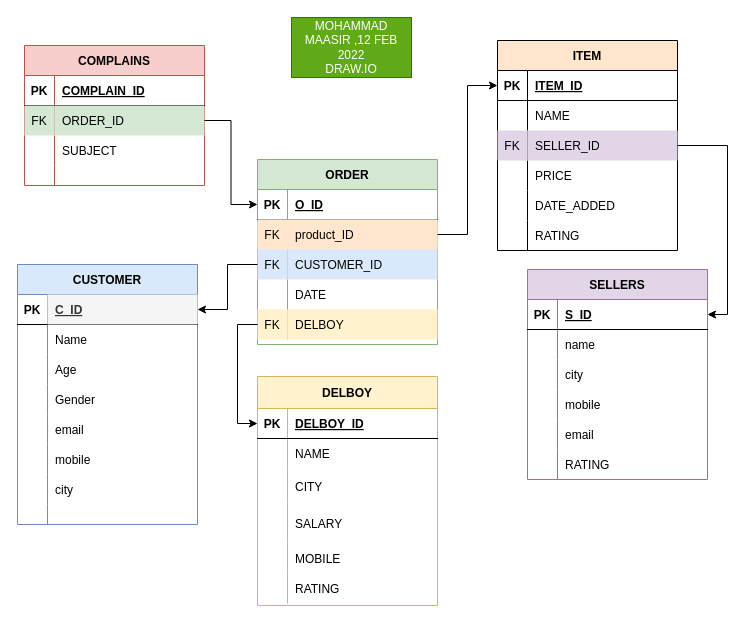
Above: Untitled Diagram.drawio in maasir554/maasir554 (draw.io), before the change. Source tidied: cells renumbered, new cells numbered last; positions are measured from the earlier drawing's top-left corner, leaving out a move shared by most shapes. Both pictures are drawn from the tidied source at 100%, with x=0, y=0 at pixel (17, 17).
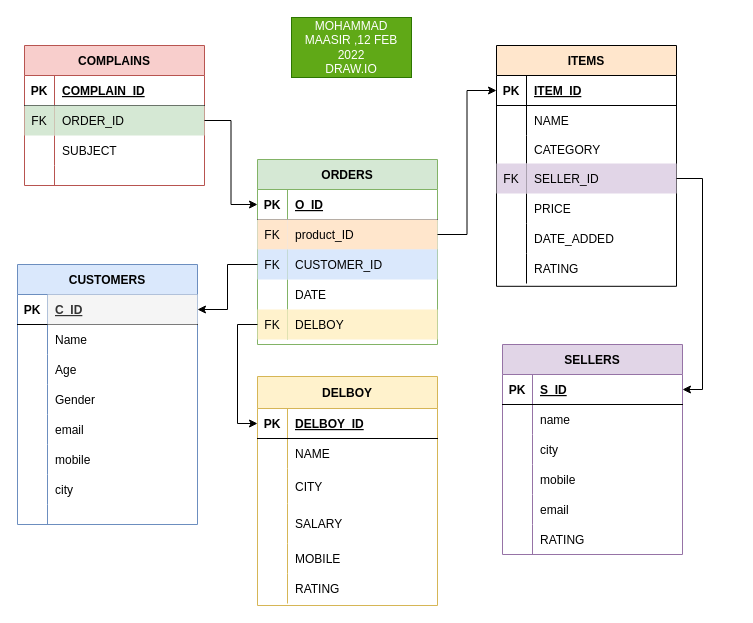
After the change.

Commit message:
CATEGORY ADDED TO ITEMS TABLE

Diff of the diagram source:
```diff
@@
-    <mxCell id="2" value="CUSTOMER" style="shape=table;startSize=30;childLayout=tableLayout;rowLines=0;fontStyle=1;align=center;fillColor=#dae8fc;strokeColor=#6c8ebf;" parent="1" vertex="1">
+    <mxCell id="2" value="CUSTOMERS" style="shape=table;startSize=30;childLayout=tableLayout;rowLines=0;fontStyle=1;align=center;fillColor=#dae8fc;strokeColor=#6c8ebf;" parent="1" vertex="1">
       <mxGeometry y="247" width="180" height="260" as="geometry" />
     </mxCell>
@@
-    <mxCell id="27" value="ORDER" style="shape=table;startSize=30;childLayout=tableLayout;rowLines=0;fontStyle=1;align=center;fillColor=#d5e8d4;strokeColor=#82b366;" parent="1" vertex="1">
+    <mxCell id="27" value="ORDERS" style="shape=table;startSize=30;childLayout=tableLayout;rowLines=0;fontStyle=1;align=center;fillColor=#d5e8d4;strokeColor=#82b366;" parent="1" vertex="1">
       <mxGeometry x="240" y="142" width="180" height="185" as="geometry" />
     </mxCell>
@@
     <mxCell id="43" value="SELLERS" style="shape=table;startSize=30;childLayout=tableLayout;rowLines=0;fontStyle=1;align=center;fillColor=#e1d5e7;strokeColor=#9673a6;" parent="1" vertex="1">
-      <mxGeometry x="510" y="252" width="180" height="210" as="geometry" />
+      <mxGeometry x="485" y="327" width="180" height="210" as="geometry" />
     </mxCell>
@@
-    <mxCell id="62" value="ITEM" style="shape=table;startSize=30;childLayout=tableLayout;rowLines=0;fontStyle=1;align=center;fillColor=#ffe6cc;strokeColor=default;" parent="1" vertex="1">
-      <mxGeometry x="480" y="23" width="180" height="210" as="geometry" />
+    <mxCell id="62" value="ITEMS" style="shape=table;startSize=30;childLayout=tableLayout;rowLines=0;fontStyle=1;align=center;fillColor=#ffe6cc;strokeColor=default;" parent="1" vertex="1">
+      <mxGeometry x="479" y="28" width="180" height="240.8" as="geometry" />
     </mxCell>
@@
+    <mxCell id="121" style="shape=tableRow;horizontal=0;startSize=0;swimlaneHead=0;swimlaneBody=0;fillColor=none;top=0;left=0;right=0;bottom=0;" parent="62" vertex="1">
+      <mxGeometry y="90" width="180" height="28" as="geometry" />
+    </mxCell>
+    <mxCell id="122" style="shape=partialRectangle;fillColor=none;top=0;left=0;bottom=0;right=0;overflow=hidden;" parent="121" vertex="1">
+      <mxGeometry width="30" height="28" as="geometry" />
+    </mxCell>
+    <mxCell id="123" value="CATEGORY" style="shape=partialRectangle;fillColor=none;top=0;left=0;bottom=0;right=0;align=left;spacingLeft=6;overflow=hidden;" parent="121" vertex="1">
+      <mxGeometry x="30" width="150" height="28" as="geometry" />
+    </mxCell>
     <mxCell id="69" style="shape=tableRow;horizontal=0;startSize=0;swimlaneHead=0;swimlaneBody=0;fillColor=none;points=[[0,0.5],[1,0.5]];portConstraint=eastwest;top=0;left=0;right=0;bottom=0;" parent="62" vertex="1">
-      <mxGeometry y="90" width="180" height="30" as="geometry" />
+      <mxGeometry y="118" width="180" height="30" as="geometry" />
     </mxCell>
@@
     <mxCell id="72" style="shape=tableRow;horizontal=0;startSize=0;swimlaneHead=0;swimlaneBody=0;fillColor=none;top=0;left=0;right=0;bottom=0;" parent="62" vertex="1">
-      <mxGeometry y="120" width="180" height="30" as="geometry" />
+      <mxGeometry y="148" width="180" height="30" as="geometry" />
     </mxCell>
@@
     <mxCell id="75" style="shape=tableRow;horizontal=0;startSize=0;swimlaneHead=0;swimlaneBody=0;fillColor=none;top=0;left=0;right=0;bottom=0;" parent="62" vertex="1">
-      <mxGeometry y="150" width="180" height="30" as="geometry" />
+      <mxGeometry y="178" width="180" height="30" as="geometry" />
     </mxCell>
@@
     <mxCell id="80" style="shape=tableRow;horizontal=0;startSize=0;swimlaneHead=0;swimlaneBody=0;fillColor=none;top=0;left=0;right=0;bottom=0;" parent="62" vertex="1">
-      <mxGeometry y="180" width="180" height="30" as="geometry" />
+      <mxGeometry y="208" width="180" height="30" as="geometry" />
     </mxCell>
```
